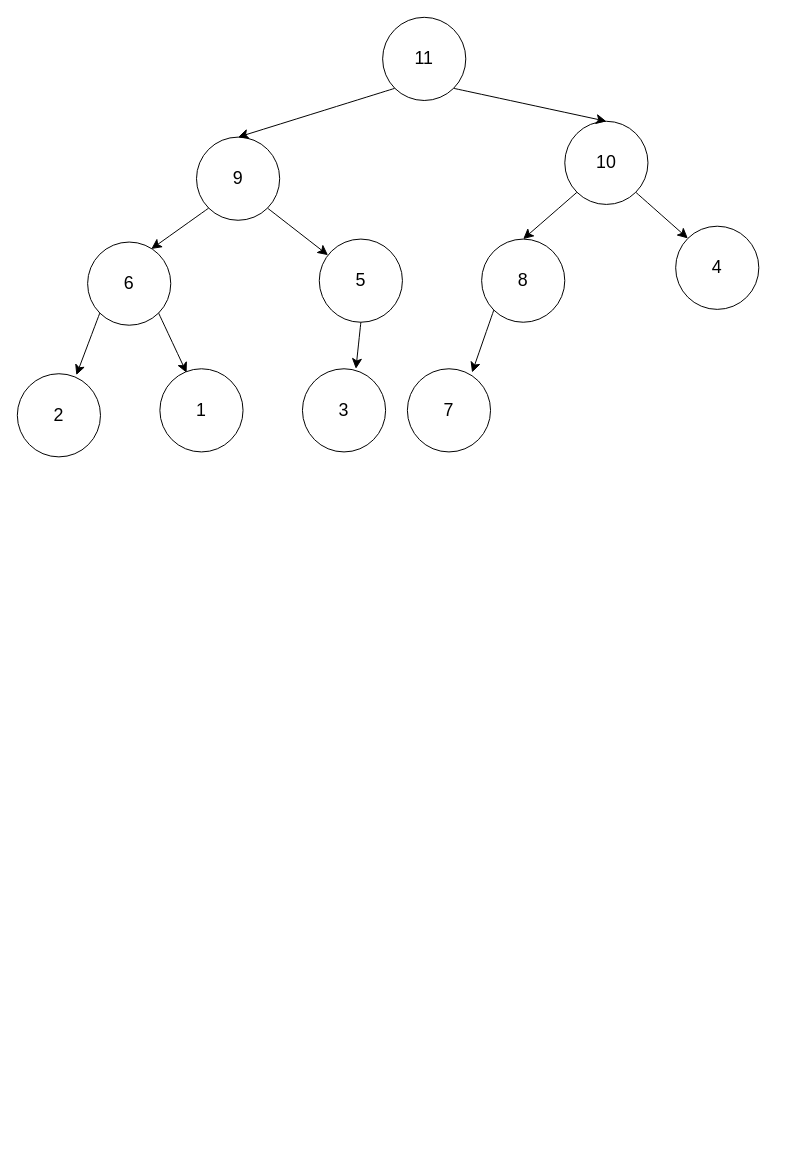
This is Week9/Untitled Diagram.drawio from anhpls/CISC187, a draw.io file, before an edit. Source tidied: cells renumbered, new cells numbered last; positions are measured from the earlier drawing's top-left corner, leaving out a move shared by most shapes. Both pictures are drawn from the tidied source at 99%, with x=0, y=0 at pixel (17, 17).
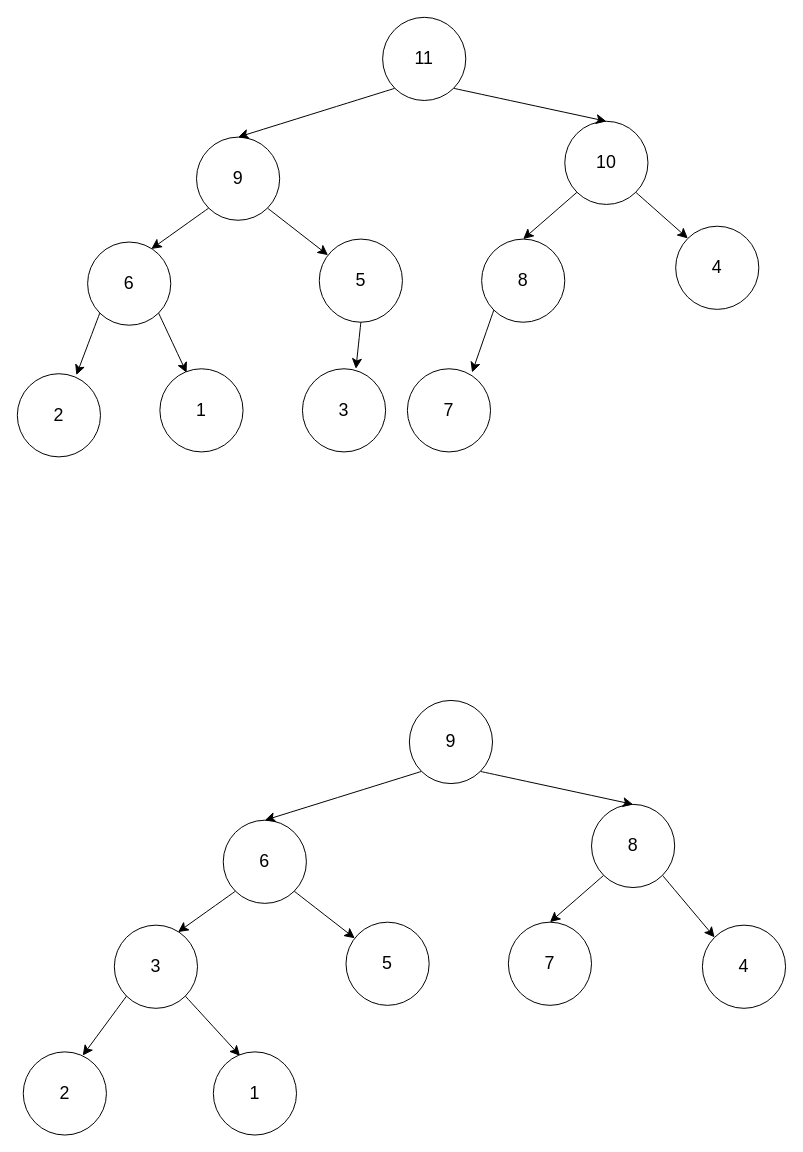
The same page after the edit.

The edit, as a diff of the source:
```diff
@@
+    <mxCell id="23" style="edgeStyle=none;curved=1;rounded=0;jettySize=auto;html=1;exitX=0;exitY=1;exitDx=0;exitDy=0;entryX=0.5;entryY=0;entryDx=0;entryDy=0;fontSize=12;startSize=8;endSize=8;" parent="1" edge="1" source="25" target="33">
+      <mxGeometry relative="1" as="geometry" />
+    </mxCell>
+    <mxCell id="24" style="edgeStyle=none;curved=1;rounded=0;jettySize=auto;html=1;exitX=1;exitY=1;exitDx=0;exitDy=0;entryX=0;entryY=0;entryDx=0;entryDy=0;fontSize=12;startSize=8;endSize=8;" parent="1" edge="1" source="25" target="34">
+      <mxGeometry relative="1" as="geometry" />
+    </mxCell>
+    <mxCell id="25" value="&lt;font style=&quot;font-size: 18px;&quot;&gt;8&lt;/font&gt;" style="ellipse;whiteSpace=wrap;html=1;" parent="1" vertex="1">
+      <mxGeometry x="580" y="795" width="84" height="84" as="geometry" />
+    </mxCell>
+    <mxCell id="26" style="edgeStyle=none;curved=1;rounded=0;jettySize=auto;html=1;exitX=1;exitY=1;exitDx=0;exitDy=0;fontSize=12;startSize=8;endSize=8;" parent="1" edge="1" source="27" target="28">
+      <mxGeometry relative="1" as="geometry" />
+    </mxCell>
+    <mxCell id="27" value="&lt;font style=&quot;font-size: 18px;&quot;&gt;6&lt;/font&gt;" style="ellipse;whiteSpace=wrap;html=1;" parent="1" vertex="1">
+      <mxGeometry x="208" y="811" width="84" height="84" as="geometry" />
+    </mxCell>
+    <mxCell id="28" value="&lt;font style=&quot;font-size: 18px;&quot;&gt;5&lt;/font&gt;" style="ellipse;whiteSpace=wrap;html=1;" parent="1" vertex="1">
+      <mxGeometry x="332" y="914" width="84" height="84" as="geometry" />
+    </mxCell>
+    <mxCell id="29" style="edgeStyle=none;curved=1;rounded=0;jettySize=auto;html=1;exitX=1;exitY=1;exitDx=0;exitDy=0;fontSize=12;startSize=8;endSize=8;entryX=0.321;entryY=0.048;entryDx=0;entryDy=0;entryPerimeter=0;" parent="1" edge="1" source="30" target="31">
+      <mxGeometry relative="1" as="geometry" />
+    </mxCell>
+    <mxCell id="30" value="&lt;font style=&quot;font-size: 18px;&quot;&gt;3&lt;/font&gt;" style="ellipse;whiteSpace=wrap;html=1;" parent="1" vertex="1">
+      <mxGeometry x="98" y="917" width="84" height="84" as="geometry" />
+    </mxCell>
+    <mxCell id="31" value="&lt;font style=&quot;font-size: 18px;&quot;&gt;1&lt;/font&gt;" style="ellipse;whiteSpace=wrap;html=1;" parent="1" vertex="1">
+      <mxGeometry x="198" y="1045" width="84" height="84" as="geometry" />
+    </mxCell>
+    <mxCell id="32" value="&lt;font style=&quot;font-size: 18px;&quot;&gt;2&lt;/font&gt;" style="ellipse;whiteSpace=wrap;html=1;" parent="1" vertex="1">
+      <mxGeometry x="6" y="1045" width="84" height="84" as="geometry" />
+    </mxCell>
+    <mxCell id="33" value="&lt;font style=&quot;font-size: 18px;&quot;&gt;7&lt;/font&gt;" style="ellipse;whiteSpace=wrap;html=1;" parent="1" vertex="1">
+      <mxGeometry x="496" y="914" width="84" height="84" as="geometry" />
+    </mxCell>
+    <mxCell id="34" value="&lt;font style=&quot;font-size: 18px;&quot;&gt;4&lt;/font&gt;" style="ellipse;whiteSpace=wrap;html=1;" parent="1" vertex="1">
+      <mxGeometry x="692" y="917" width="84" height="84" as="geometry" />
+    </mxCell>
+    <mxCell id="35" style="edgeStyle=none;curved=1;rounded=0;jettySize=auto;html=1;exitX=0;exitY=1;exitDx=0;exitDy=0;entryX=0.766;entryY=0.083;entryDx=0;entryDy=0;entryPerimeter=0;fontSize=12;startSize=8;endSize=8;" parent="1" edge="1" source="27" target="30">
+      <mxGeometry relative="1" as="geometry" />
+    </mxCell>
+    <mxCell id="36" style="edgeStyle=none;curved=1;rounded=0;jettySize=auto;html=1;exitX=0;exitY=1;exitDx=0;exitDy=0;fontSize=12;startSize=8;endSize=8;entryX=0.715;entryY=0.044;entryDx=0;entryDy=0;entryPerimeter=0;" parent="1" edge="1" source="30" target="32">
+      <mxGeometry relative="1" as="geometry" />
+    </mxCell>
+    <mxCell id="37" style="edgeStyle=none;curved=1;rounded=0;jettySize=auto;html=1;exitX=0;exitY=1;exitDx=0;exitDy=0;entryX=0.5;entryY=0;entryDx=0;entryDy=0;fontSize=12;startSize=8;endSize=8;" parent="1" edge="1" source="39" target="27">
+      <mxGeometry relative="1" as="geometry" />
+    </mxCell>
+    <mxCell id="38" style="edgeStyle=none;curved=1;rounded=0;jettySize=auto;html=1;exitX=1;exitY=1;exitDx=0;exitDy=0;entryX=0.5;entryY=0;entryDx=0;entryDy=0;fontSize=12;startSize=8;endSize=8;" parent="1" edge="1" source="39" target="25">
+      <mxGeometry relative="1" as="geometry" />
+    </mxCell>
+    <mxCell id="39" value="&lt;font style=&quot;font-size: 18px;&quot;&gt;9&lt;/font&gt;" style="ellipse;whiteSpace=wrap;html=1;" parent="1" vertex="1">
+      <mxGeometry x="396" y="690" width="84" height="84" as="geometry" />
+    </mxCell>
```
